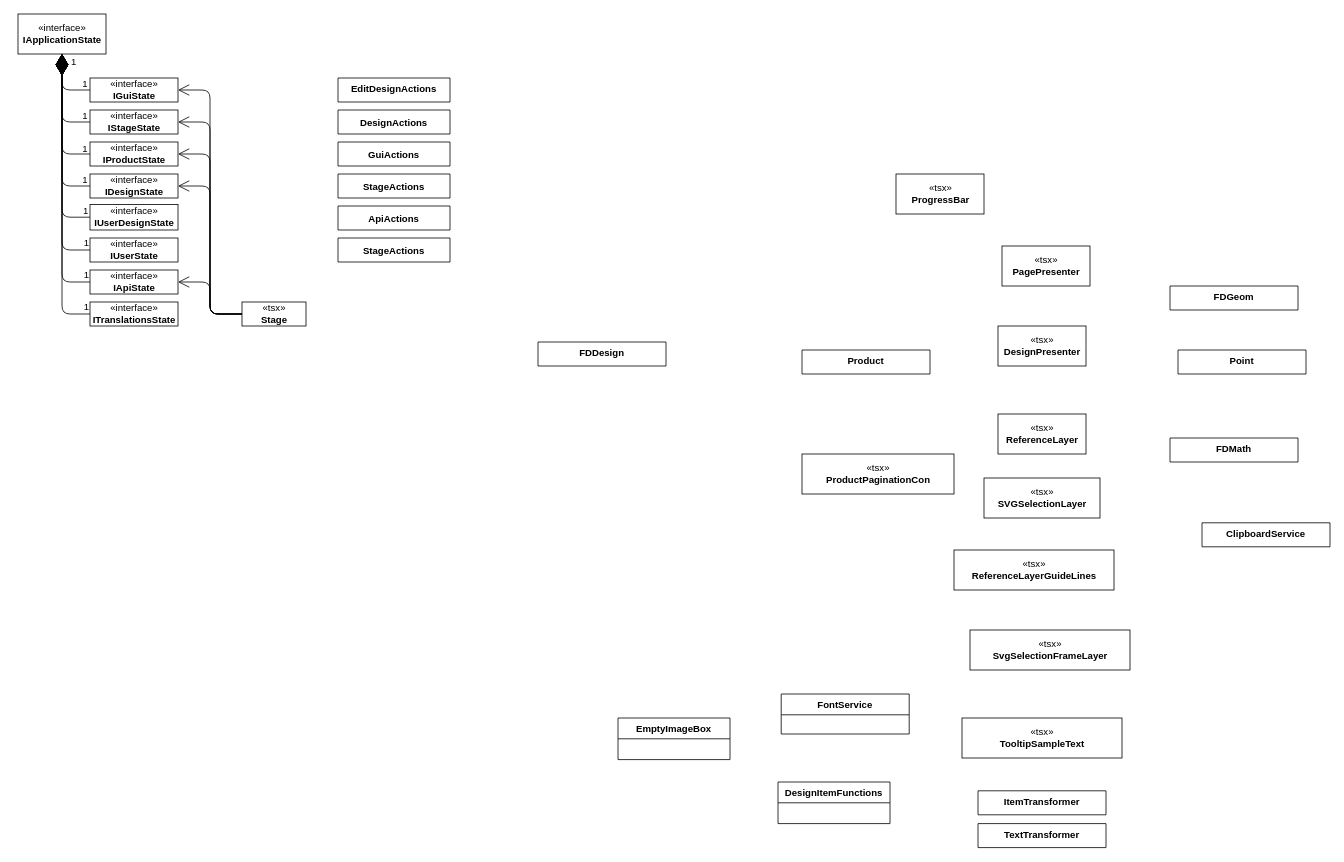
Earlier version of the draw.io diagram Arbeit/diagrams/Ist-Architektur/Designbearbeiten.drawio (albreax/Diplomarbeit). Source tidied: cells renumbered, new cells numbered last; positions are measured from the earlier drawing's top-left corner, leaving out a move shared by most shapes. Both pictures are drawn from the tidied source at 80%, with x=0, y=0 at pixel (18, 14).
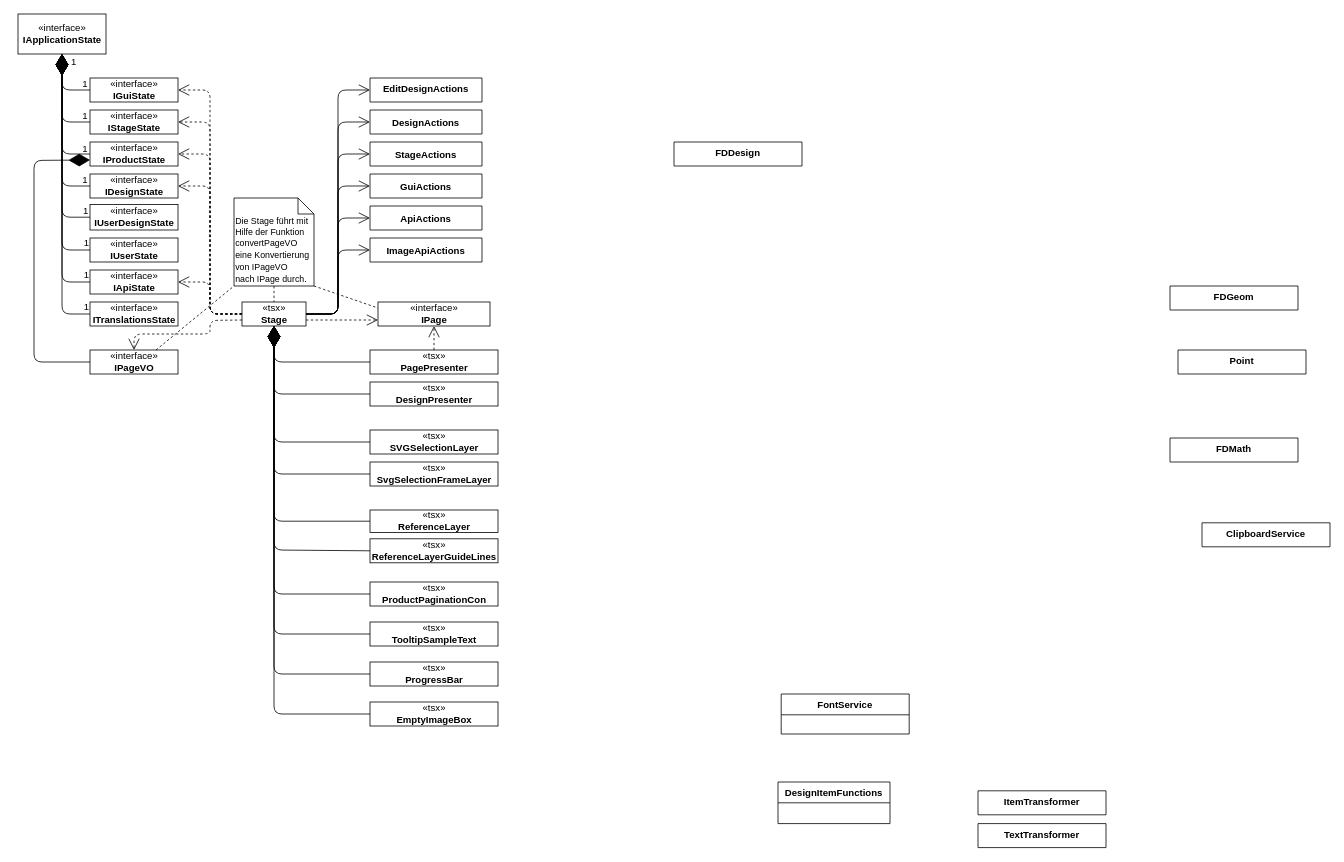
The same diagram, later.

Unchanged cells that the change refers to:
```xml
<mxCell id="2" value="«tsx»&lt;br&gt;&lt;b&gt;Stage&lt;/b&gt;" style="html=1;" parent="1" vertex="1">
  <mxGeometry x="280" y="360" width="80" height="30" as="geometry" />
</mxCell>
<mxCell id="32" value="«interface»&lt;br&gt;&lt;b&gt;IGuiState&lt;/b&gt;" style="html=1;" parent="30" vertex="1">
  <mxGeometry x="90" y="80" width="110" height="30" as="geometry" />
</mxCell>
<mxCell id="34" value="«interface»&lt;br&gt;&lt;b&gt;IProductState&lt;/b&gt;" style="html=1;" parent="30" vertex="1">
  <mxGeometry x="90" y="160" width="110" height="30" as="geometry" />
</mxCell>
<mxCell id="35" value="«interface»&lt;br&gt;&lt;b&gt;IDesignState&lt;/b&gt;" style="html=1;" parent="30" vertex="1">
  <mxGeometry x="90" y="200" width="110" height="30" as="geometry" />
</mxCell>
<mxCell id="36" value="«interface»&lt;br&gt;&lt;b&gt;IApiState&lt;/b&gt;" style="html=1;" parent="30" vertex="1">
  <mxGeometry x="90" y="320" width="110" height="30" as="geometry" />
</mxCell>
```

The edit, as a diff of the source:
```diff
@@
     <mxCell id="3" value="«tsx»&lt;br&gt;&lt;span style=&quot;font-weight: bold&quot;&gt;ProgressBar&lt;/span&gt;" style="html=1;" parent="1" vertex="1">
-      <mxGeometry x="1097.5" y="200" width="110" height="50" as="geometry" />
+      <mxGeometry x="440" y="810" width="160" height="30" as="geometry" />
     </mxCell>
     <mxCell id="4" value="«tsx»&lt;br&gt;&lt;span style=&quot;font-weight: bold&quot;&gt;PagePresenter&lt;/span&gt;" style="html=1;" parent="1" vertex="1">
-      <mxGeometry x="1230" y="290" width="110" height="50" as="geometry" />
+      <mxGeometry x="440" y="420" width="160" height="30" as="geometry" />
     </mxCell>
     <mxCell id="5" value="«tsx»&lt;br&gt;&lt;span style=&quot;font-weight: bold&quot;&gt;DesignPresenter&lt;/span&gt;" style="html=1;" parent="1" vertex="1">
-      <mxGeometry x="1225" y="390" width="110" height="50" as="geometry" />
+      <mxGeometry x="440" y="460" width="160" height="30" as="geometry" />
     </mxCell>
     <mxCell id="6" value="«tsx»&lt;br&gt;&lt;span style=&quot;font-weight: bold&quot;&gt;ReferenceLayer&lt;/span&gt;" style="html=1;" parent="1" vertex="1">
-      <mxGeometry x="1225" y="500" width="110" height="50" as="geometry" />
+      <mxGeometry x="440" y="620" width="160" height="28" as="geometry" />
     </mxCell>
     <mxCell id="7" value="«tsx»&lt;br&gt;&lt;span style=&quot;font-weight: bold&quot;&gt;SVGSelectionLayer&lt;/span&gt;" style="html=1;" parent="1" vertex="1">
-      <mxGeometry x="1207.5" y="580" width="145" height="50" as="geometry" />
+      <mxGeometry x="440" y="520" width="160" height="30" as="geometry" />
     </mxCell>
     <mxCell id="8" value="«tsx»&lt;br&gt;&lt;span style=&quot;font-weight: bold&quot;&gt;ReferenceLayerGuideLines&lt;/span&gt;" style="html=1;" parent="1" vertex="1">
-      <mxGeometry x="1170" y="670" width="200" height="50" as="geometry" />
+      <mxGeometry x="440" y="656" width="160" height="30" as="geometry" />
     </mxCell>
     <mxCell id="9" value="«tsx»&lt;br&gt;&lt;span style=&quot;font-weight: bold&quot;&gt;SvgSelectionFrameLayer&lt;/span&gt;" style="html=1;" parent="1" vertex="1">
-      <mxGeometry x="1190" y="770" width="200" height="50" as="geometry" />
+      <mxGeometry x="440" y="560" width="160" height="30" as="geometry" />
     </mxCell>
     <mxCell id="10" value="«tsx»&lt;br&gt;&lt;span style=&quot;font-weight: bold&quot;&gt;TooltipSampleText&lt;/span&gt;" style="html=1;" parent="1" vertex="1">
-      <mxGeometry x="1180" y="880" width="200" height="50" as="geometry" />
+      <mxGeometry x="440" y="760" width="160" height="30" as="geometry" />
     </mxCell>
     <mxCell id="11" value="«tsx»&lt;br&gt;&lt;b&gt;ProductPaginationCon&lt;/b&gt;" style="html=1;" parent="1" vertex="1">
-      <mxGeometry x="980" y="550" width="190" height="50" as="geometry" />
+      <mxGeometry x="440" y="710" width="160" height="30" as="geometry" />
     </mxCell>
     <mxCell id="12" value="EditDesignActions" style="swimlane;fontStyle=1;align=center;verticalAlign=top;horizontal=1;startSize=52;" parent="1" vertex="1">
-      <mxGeometry x="400" y="80" width="140" height="30" as="geometry" />
+      <mxGeometry x="440" y="80" width="140" height="30" as="geometry" />
     </mxCell>
     <mxCell id="13" value="DesignActions" style="swimlane;fontStyle=1;horizontal=1;startSize=76;fillColor=none;" parent="1" vertex="1">
-      <mxGeometry x="400" y="120" width="140" height="30" as="geometry" />
+      <mxGeometry x="440" y="120" width="140" height="30" as="geometry" />
     </mxCell>
     <mxCell id="14" value="GuiActions" style="swimlane;fontStyle=1;horizontal=1;startSize=52;fillColor=none;" parent="1" vertex="1">
-      <mxGeometry x="400" y="160" width="140" height="30" as="geometry" />
+      <mxGeometry x="440" y="200" width="140" height="30" as="geometry" />
     </mxCell>
     <mxCell id="15" value="StageActions" style="swimlane;fontStyle=1;horizontal=1;startSize=52;fillColor=none;" parent="1" vertex="1">
-      <mxGeometry x="400" y="200" width="140" height="30" as="geometry" />
+      <mxGeometry x="440" y="160" width="140" height="30" as="geometry" />
     </mxCell>
     <mxCell id="16" value="ApiActions" style="swimlane;fontStyle=1;horizontal=1;startSize=52;fillColor=none;" parent="1" vertex="1">
-      <mxGeometry x="400" y="240" width="140" height="30" as="geometry" />
+      <mxGeometry x="440" y="240" width="140" height="30" as="geometry" />
     </mxCell>
-    <mxCell id="17" value="StageActions" style="swimlane;fontStyle=1;horizontal=1;startSize=52;fillColor=none;" parent="1" vertex="1">
-      <mxGeometry x="400" y="280" width="140" height="30" as="geometry" />
-    </mxCell>
@@
-    <mxCell id="19" value="EmptyImageBox" style="swimlane;fontStyle=1;horizontal=1;startSize=26;fillColor=none;" parent="1" vertex="1">
-      <mxGeometry x="750" y="880" width="140" height="52" as="geometry" />
-    </mxCell>
@@
     <mxCell id="23" value="FDDesign" style="swimlane;fontStyle=1;align=center;verticalAlign=top;horizontal=1;startSize=34;" parent="1" vertex="1">
-      <mxGeometry x="650" y="410" width="160" height="30" as="geometry" />
+      <mxGeometry x="820" y="160" width="160" height="30" as="geometry" />
     </mxCell>
-    <mxCell id="24" value="Product" style="swimlane;fontStyle=1;align=center;verticalAlign=top;horizontal=1;startSize=52;" parent="1" vertex="1">
-      <mxGeometry x="980" y="420" width="160" height="30" as="geometry" />
-    </mxCell>
@@
-    <mxCell id="57" style="endArrow=open;endFill=1;endSize=12;html=1;exitX=0;exitY=0.5;exitDx=0;exitDy=0;" parent="1" edge="1" source="2">
+    <mxCell id="57" style="endArrow=open;endFill=1;endSize=12;html=1;exitX=0;exitY=0.5;exitDx=0;exitDy=0;dashed=1;" parent="1" edge="1" source="2">
       <mxGeometry relative="1" as="geometry">
         <mxPoint x="200" y="135" as="targetPoint" />
         <Array as="points">
           <mxPoint x="240" y="375" />
           <mxPoint x="240" y="135" />
         </Array>
       </mxGeometry>
     </mxCell>
-    <mxCell id="58" style="endArrow=open;endFill=1;endSize=12;html=1;entryX=1;entryY=0.5;entryDx=0;entryDy=0;exitX=0;exitY=0.5;exitDx=0;exitDy=0;" parent="1" edge="1" source="2" target="34">
+    <mxCell id="58" style="endArrow=open;endFill=1;endSize=12;html=1;entryX=1;entryY=0.5;entryDx=0;entryDy=0;exitX=0;exitY=0.5;exitDx=0;exitDy=0;dashed=1;" parent="1" edge="1" source="2" target="34">
       <mxGeometry relative="1" as="geometry">
         <Array as="points">
           <mxPoint x="240" y="375" />
           <mxPoint x="240" y="175" />
         </Array>
       </mxGeometry>
     </mxCell>
-    <mxCell id="59" style="endArrow=open;endFill=1;endSize=12;html=1;exitX=0;exitY=0.5;exitDx=0;exitDy=0;entryX=1;entryY=0.5;entryDx=0;entryDy=0;" parent="1" edge="1" source="2" target="32">
+    <mxCell id="59" style="endArrow=open;endFill=1;endSize=12;html=1;exitX=0;exitY=0.5;exitDx=0;exitDy=0;entryX=1;entryY=0.5;entryDx=0;entryDy=0;dashed=1;" parent="1" edge="1" source="2" target="32">
       <mxGeometry relative="1" as="geometry">
         <Array as="points">
           <mxPoint x="240" y="375" />
           <mxPoint x="240" y="95" />
         </Array>
       </mxGeometry>
     </mxCell>
-    <mxCell id="60" style="endArrow=open;endFill=1;endSize=12;html=1;entryX=1;entryY=0.5;entryDx=0;entryDy=0;exitX=0;exitY=0.5;exitDx=0;exitDy=0;" parent="1" edge="1" source="2" target="35">
+    <mxCell id="60" style="endArrow=open;endFill=1;endSize=12;html=1;entryX=1;entryY=0.5;entryDx=0;entryDy=0;exitX=0;exitY=0.5;exitDx=0;exitDy=0;dashed=1;" parent="1" edge="1" source="2" target="35">
       <mxGeometry relative="1" as="geometry">
         <Array as="points">
           <mxPoint x="240" y="375" />
           <mxPoint x="240" y="215" />
         </Array>
       </mxGeometry>
     </mxCell>
-    <mxCell id="61" style="endArrow=open;endFill=1;endSize=12;html=1;entryX=1;entryY=0.5;entryDx=0;entryDy=0;exitX=0;exitY=0.5;exitDx=0;exitDy=0;" parent="1" edge="1" source="2" target="36">
+    <mxCell id="61" style="endArrow=open;endFill=1;endSize=12;html=1;entryX=1;entryY=0.5;entryDx=0;entryDy=0;exitX=0;exitY=0.5;exitDx=0;exitDy=0;dashed=1;" parent="1" edge="1" source="2" target="36">
       <mxGeometry relative="1" as="geometry">
         <Array as="points">
           <mxPoint x="240" y="375" />
           <mxPoint x="240" y="335" />
         </Array>
       </mxGeometry>
     </mxCell>
+    <mxCell id="62" style="endArrow=open;endFill=1;endSize=12;html=1;entryX=0;entryY=0.5;entryDx=0;entryDy=0;exitX=1;exitY=0.5;exitDx=0;exitDy=0;" parent="1" edge="1" source="2" target="12">
+      <mxGeometry relative="1" as="geometry">
+        <Array as="points">
+          <mxPoint x="400" y="375" />
+          <mxPoint x="400" y="95" />
+        </Array>
+      </mxGeometry>
+    </mxCell>
+    <mxCell id="63" style="endArrow=open;endFill=1;endSize=12;html=1;entryX=0;entryY=0.5;entryDx=0;entryDy=0;exitX=1;exitY=0.5;exitDx=0;exitDy=0;" parent="1" edge="1" source="2" target="13">
+      <mxGeometry relative="1" as="geometry">
+        <Array as="points">
+          <mxPoint x="400" y="375" />
+          <mxPoint x="400" y="135" />
+        </Array>
+      </mxGeometry>
+    </mxCell>
+    <mxCell id="64" style="endArrow=open;endFill=1;endSize=12;html=1;entryX=0;entryY=0.5;entryDx=0;entryDy=0;exitX=1;exitY=0.5;exitDx=0;exitDy=0;" parent="1" edge="1" source="2" target="15">
+      <mxGeometry relative="1" as="geometry">
+        <Array as="points">
+          <mxPoint x="400" y="375" />
+          <mxPoint x="400" y="175" />
+        </Array>
+      </mxGeometry>
+    </mxCell>
+    <mxCell id="65" style="endArrow=open;endFill=1;endSize=12;html=1;entryX=0;entryY=0.5;entryDx=0;entryDy=0;exitX=1;exitY=0.5;exitDx=0;exitDy=0;" parent="1" edge="1" source="2" target="14">
+      <mxGeometry relative="1" as="geometry">
+        <Array as="points">
+          <mxPoint x="400" y="375" />
+          <mxPoint x="400" y="215" />
+        </Array>
+      </mxGeometry>
+    </mxCell>
+    <mxCell id="66" value="ImageApiActions" style="swimlane;fontStyle=1;horizontal=1;startSize=52;fillColor=none;" parent="1" vertex="1">
+      <mxGeometry x="440" y="280" width="140" height="30" as="geometry" />
+    </mxCell>
+    <mxCell id="67" style="endArrow=open;endFill=1;endSize=12;html=1;entryX=0;entryY=0.5;entryDx=0;entryDy=0;exitX=1;exitY=0.5;exitDx=0;exitDy=0;" parent="1" edge="1" source="2" target="16">
+      <mxGeometry relative="1" as="geometry">
+        <Array as="points">
+          <mxPoint x="400" y="375" />
+          <mxPoint x="400" y="255" />
+        </Array>
+      </mxGeometry>
+    </mxCell>
+    <mxCell id="68" style="endArrow=open;endFill=1;endSize=12;html=1;entryX=0;entryY=0.5;entryDx=0;entryDy=0;exitX=1;exitY=0.5;exitDx=0;exitDy=0;" parent="1" edge="1" source="2" target="66">
+      <mxGeometry relative="1" as="geometry">
+        <Array as="points">
+          <mxPoint x="400" y="375" />
+          <mxPoint x="400" y="295" />
+        </Array>
+      </mxGeometry>
+    </mxCell>
+    <mxCell id="69" style="endArrow=diamondThin;endFill=1;endSize=24;html=1;entryX=0.5;entryY=1;entryDx=0;entryDy=0;exitX=0;exitY=0.5;exitDx=0;exitDy=0;" parent="1" edge="1" source="4" target="2">
+      <mxGeometry relative="1" as="geometry">
+        <Array as="points">
+          <mxPoint x="320" y="435" />
+        </Array>
+      </mxGeometry>
+    </mxCell>
+    <mxCell id="70" style="endArrow=diamondThin;endFill=1;endSize=24;html=1;entryX=0.5;entryY=1;entryDx=0;entryDy=0;exitX=0;exitY=0.5;exitDx=0;exitDy=0;" parent="1" edge="1" source="5" target="2">
+      <mxGeometry relative="1" as="geometry">
+        <Array as="points">
+          <mxPoint x="320" y="475" />
+        </Array>
+      </mxGeometry>
+    </mxCell>
+    <mxCell id="71" style="endArrow=diamondThin;endFill=1;endSize=24;html=1;entryX=0.5;entryY=1;entryDx=0;entryDy=0;exitX=0;exitY=0.5;exitDx=0;exitDy=0;" parent="1" edge="1" source="7" target="2">
+      <mxGeometry relative="1" as="geometry">
+        <Array as="points">
+          <mxPoint x="320" y="535" />
+        </Array>
+      </mxGeometry>
+    </mxCell>
+    <mxCell id="72" style="endArrow=diamondThin;endFill=1;endSize=24;html=1;entryX=0.5;entryY=1;entryDx=0;entryDy=0;exitX=0;exitY=0.5;exitDx=0;exitDy=0;" parent="1" edge="1" source="9" target="2">
+      <mxGeometry relative="1" as="geometry">
+        <Array as="points">
+          <mxPoint x="320" y="575" />
+        </Array>
+      </mxGeometry>
+    </mxCell>
+    <mxCell id="73" style="endArrow=diamondThin;endFill=1;endSize=24;html=1;entryX=0.5;entryY=1;entryDx=0;entryDy=0;exitX=0;exitY=0.5;exitDx=0;exitDy=0;" parent="1" edge="1" source="6" target="2">
+      <mxGeometry relative="1" as="geometry">
+        <Array as="points">
+          <mxPoint x="320" y="634" />
+        </Array>
+      </mxGeometry>
+    </mxCell>
+    <mxCell id="74" style="endArrow=diamondThin;endFill=1;endSize=24;html=1;entryX=0.5;entryY=1;entryDx=0;entryDy=0;exitX=0;exitY=0.5;exitDx=0;exitDy=0;" parent="1" edge="1" source="8" target="2">
+      <mxGeometry relative="1" as="geometry">
+        <Array as="points">
+          <mxPoint x="320" y="670" />
+        </Array>
+      </mxGeometry>
+    </mxCell>
+    <mxCell id="75" style="endArrow=diamondThin;endFill=1;endSize=24;html=1;entryX=0.5;entryY=1;entryDx=0;entryDy=0;exitX=0;exitY=0.5;exitDx=0;exitDy=0;" parent="1" edge="1" source="11" target="2">
+      <mxGeometry relative="1" as="geometry">
+        <Array as="points">
+          <mxPoint x="320" y="725" />
+        </Array>
+      </mxGeometry>
+    </mxCell>
+    <mxCell id="76" style="endArrow=diamondThin;endFill=1;endSize=24;html=1;entryX=0.5;entryY=1;entryDx=0;entryDy=0;exitX=0;exitY=0.5;exitDx=0;exitDy=0;" parent="1" edge="1" source="10" target="2">
+      <mxGeometry relative="1" as="geometry">
+        <Array as="points">
+          <mxPoint x="320" y="775" />
+        </Array>
+      </mxGeometry>
+    </mxCell>
+    <mxCell id="77" style="endArrow=diamondThin;endFill=1;endSize=24;html=1;entryX=0.5;entryY=1;entryDx=0;entryDy=0;exitX=0;exitY=0.5;exitDx=0;exitDy=0;" parent="1" edge="1" source="3" target="2">
+      <mxGeometry relative="1" as="geometry">
+        <Array as="points">
+          <mxPoint x="320" y="825" />
+        </Array>
+      </mxGeometry>
+    </mxCell>
+    <mxCell id="78" value="«tsx»&lt;br&gt;&lt;b&gt;EmptyImageBox&lt;/b&gt;" style="html=1;" parent="1" vertex="1">
+      <mxGeometry x="440" y="860" width="160" height="30" as="geometry" />
+    </mxCell>
+    <mxCell id="79" style="endArrow=diamondThin;endFill=1;endSize=24;html=1;exitX=0;exitY=0.5;exitDx=0;exitDy=0;" parent="1" edge="1" source="78">
+      <mxGeometry relative="1" as="geometry">
+        <mxPoint x="320" y="390" as="targetPoint" />
+        <Array as="points">
+          <mxPoint x="320" y="875" />
+        </Array>
+      </mxGeometry>
+    </mxCell>
+    <mxCell id="80" value="«interface»&lt;br&gt;&lt;b&gt;IPageVO&lt;/b&gt;" style="html=1;" parent="1" vertex="1">
+      <mxGeometry x="90" y="420" width="110" height="30" as="geometry" />
+    </mxCell>
+    <mxCell id="81" style="endArrow=diamondThin;endFill=1;endSize=24;html=1;exitX=0;exitY=0.5;exitDx=0;exitDy=0;entryX=0;entryY=0.75;entryDx=0;entryDy=0;startSize=6;jumpSize=6;" parent="1" edge="1" source="80" target="34">
+      <mxGeometry relative="1" as="geometry">
+        <Array as="points">
+          <mxPoint x="20" y="435" />
+          <mxPoint x="20" y="183" />
+        </Array>
+      </mxGeometry>
+    </mxCell>
+    <mxCell id="82" style="endArrow=open;endFill=1;endSize=12;html=1;exitX=0;exitY=0.75;exitDx=0;exitDy=0;entryX=0.5;entryY=0;entryDx=0;entryDy=0;dashed=1;" parent="1" edge="1" source="2" target="80">
+      <mxGeometry relative="1" as="geometry">
+        <Array as="points">
+          <mxPoint x="240" y="383" />
+          <mxPoint x="240" y="400" />
+          <mxPoint x="145" y="400" />
+        </Array>
+      </mxGeometry>
+    </mxCell>
+    <mxCell id="83" value="«interface»&lt;br&gt;&lt;b&gt;IPage&lt;/b&gt;" style="html=1;" parent="1" vertex="1">
+      <mxGeometry x="450" y="360" width="140" height="30" as="geometry" />
+    </mxCell>
+    <mxCell id="84" style="endArrow=open;endFill=1;endSize=12;html=1;entryX=0.5;entryY=1;entryDx=0;entryDy=0;exitX=0.5;exitY=0;exitDx=0;exitDy=0;dashed=1;" parent="1" edge="1" source="4" target="83">
+      <mxGeometry relative="1" as="geometry" />
+    </mxCell>
+    <mxCell id="85" style="endArrow=open;endSize=12;dashed=1;html=1;entryX=0;entryY=0.75;entryDx=0;entryDy=0;exitX=1;exitY=0.75;exitDx=0;exitDy=0;" parent="1" edge="1" source="2" target="83">
+      <mxGeometry relative="1" as="geometry" />
+    </mxCell>
+    <mxCell id="86" value="&lt;font style=&quot;font-size: 11px&quot;&gt;Die Stage führt mit Hilfe der Funktion&lt;br&gt;convertPageVO eine Konvertierung von IPageVO nach&amp;nbsp;IPage durch.&lt;/font&gt;" style="shape=note;size=20;whiteSpace=wrap;html=1;align=left;verticalAlign=bottom;" parent="1" vertex="1">
+      <mxGeometry x="270" y="230" width="100" height="110" as="geometry" />
+    </mxCell>
+    <mxCell id="87" style="endArrow=none;html=1;dashed=1;startSize=6;endSize=24;entryX=0;entryY=1;entryDx=0;entryDy=0;entryPerimeter=0;exitX=0.75;exitY=0;exitDx=0;exitDy=0;" parent="1" edge="1" source="80" target="86">
+      <mxGeometry relative="1" as="geometry" />
+    </mxCell>
+    <mxCell id="88" style="endArrow=none;html=1;dashed=1;startSize=6;endSize=24;entryX=0;entryY=0.25;entryDx=0;entryDy=0;exitX=1;exitY=1;exitDx=0;exitDy=0;exitPerimeter=0;" parent="1" edge="1" source="86" target="83">
+      <mxGeometry relative="1" as="geometry" />
+    </mxCell>
+    <mxCell id="89" style="endArrow=none;html=1;dashed=1;startSize=6;endSize=24;exitX=0.5;exitY=1;exitDx=0;exitDy=0;exitPerimeter=0;" parent="1" edge="1" source="86" target="2">
+      <mxGeometry relative="1" as="geometry" />
+    </mxCell>
```
